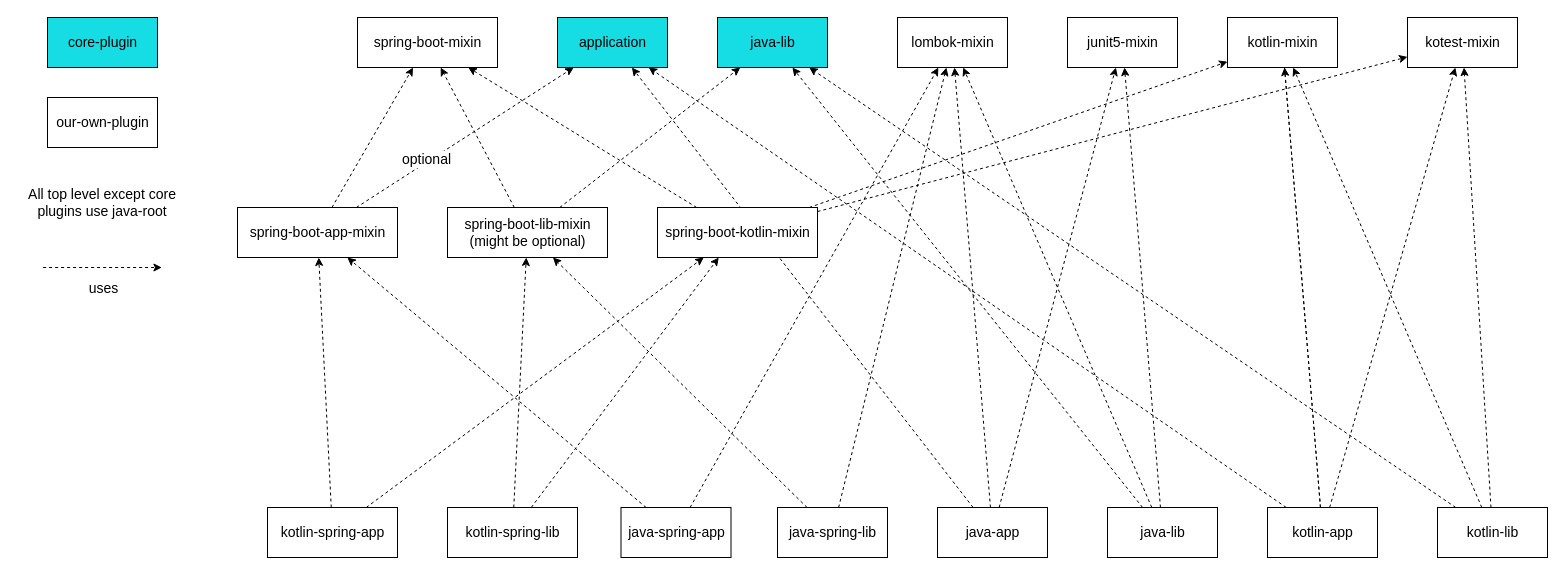
Before: gradle/plugins/gradle plugins structure.drawio in CXwudi/modern-gradle-template, a draw.io diagram. Source tidied: cells renumbered, new cells numbered last; positions are measured from the earlier drawing's top-left corner, leaving out a move shared by most shapes. Both pictures are drawn from the tidied source at 100%, with x=0, y=0 at pixel (27, 17).
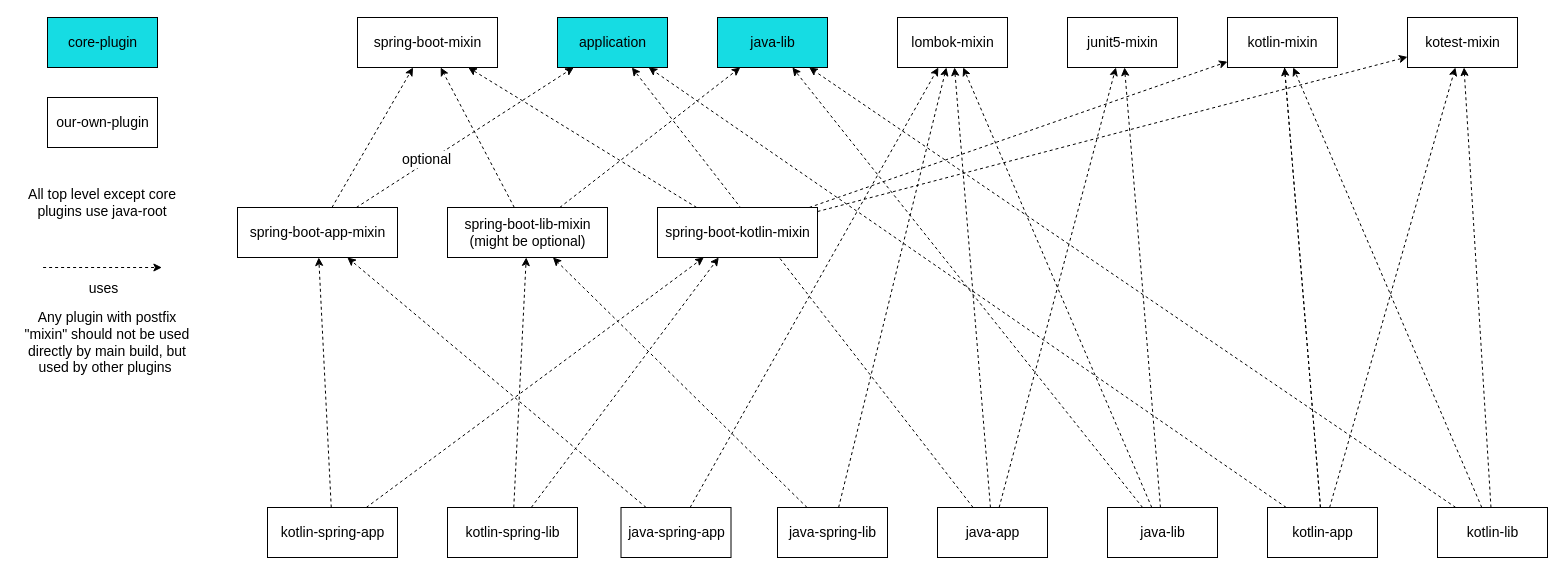
The same page after the edit.

Commit message (it also covers changes not shown here):
:art: update diagram

Change to the diagram source:
```diff
@@
+    <mxCell id="54" value="Any plugin with postfix &quot;mixin&quot; should not be used directly by main build, but used by other plugins&amp;nbsp;" style="text;html=1;strokeColor=none;fillColor=none;align=center;verticalAlign=middle;whiteSpace=wrap;rounded=0;fontSize=14;" parent="1" vertex="1">
+      <mxGeometry x="-10" y="290" width="180" height="70" as="geometry" />
+    </mxCell>
```
